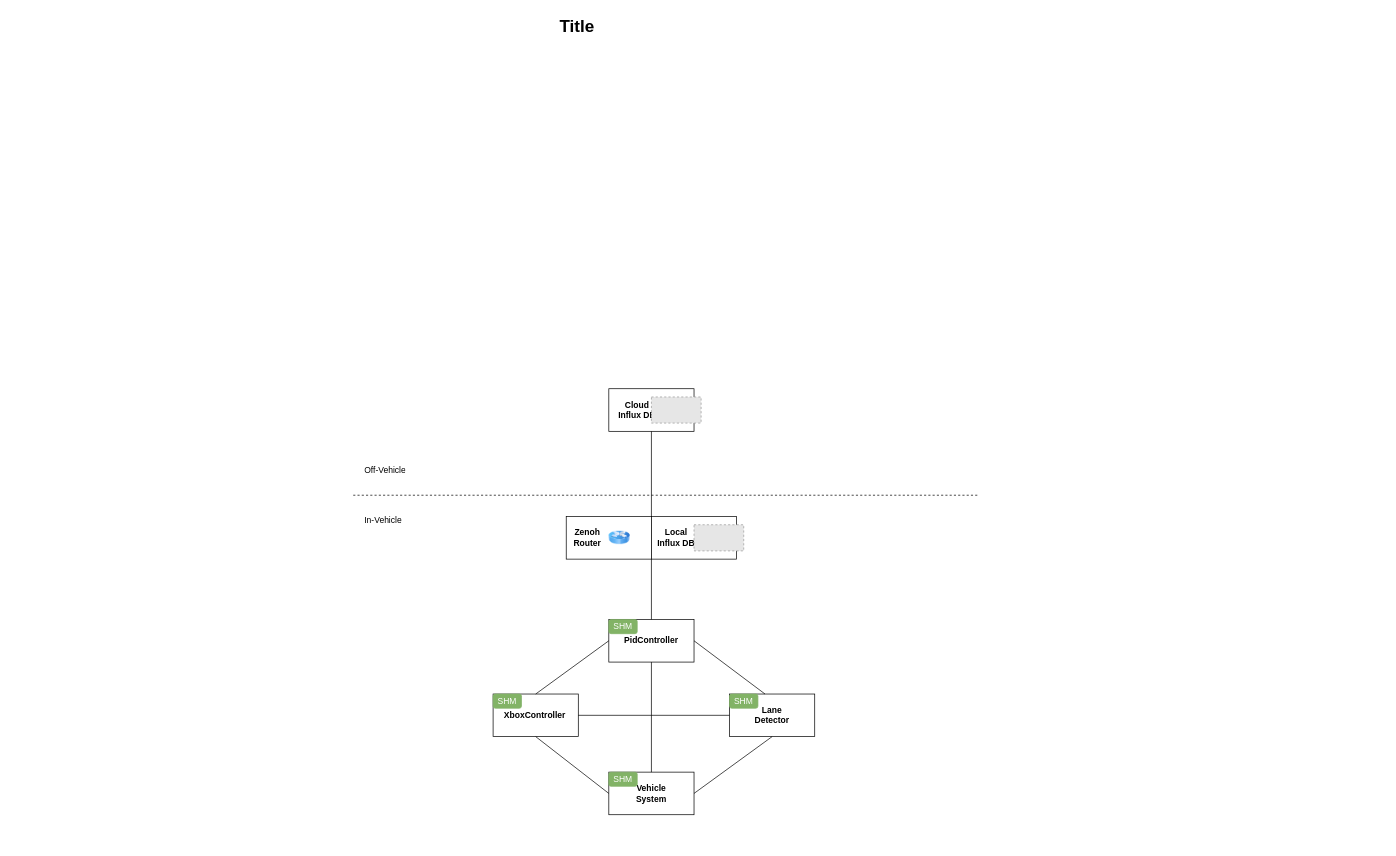
Above: docs/diagrams/Untitled Diagram.drawio in SEAME-pt/Team02-Course (draw.io), before the change. Source tidied: cells renumbered, new cells numbered last; positions are measured from the earlier drawing's top-left corner, leaving out a move shared by most shapes. Both pictures are drawn from the tidied source at 71%, with x=0, y=0 at pixel (12, 12). Pictures stored in the file or linked from it are replaced by grey dashed boxes.
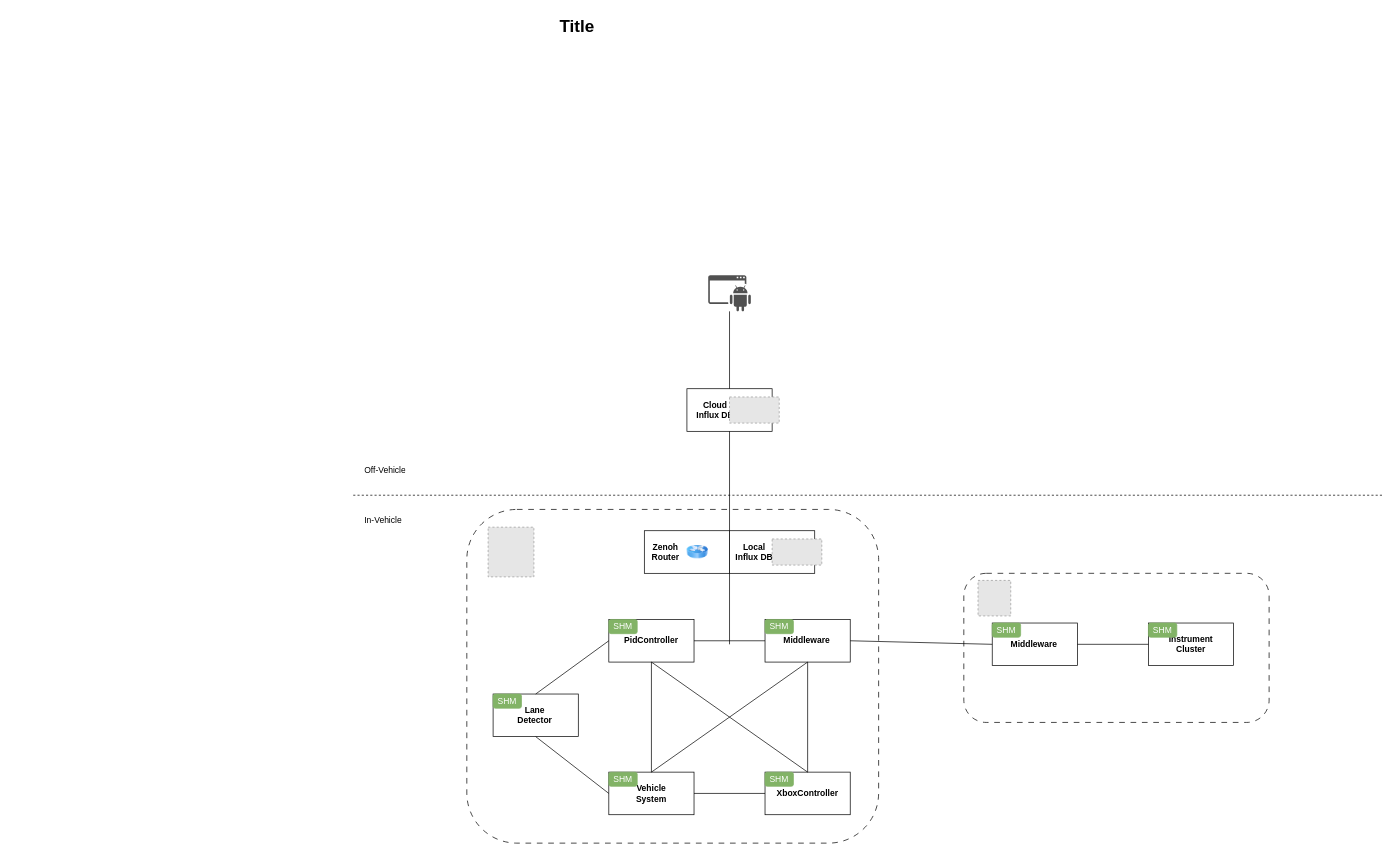
The same page after the edit.

The change refers to these unchanged cells:
```xml
<mxCell id="9" style="rounded=0;whiteSpace=wrap;html=1;" parent="8" vertex="1">
  <mxGeometry width="120" height="60" as="geometry" />
</mxCell>
<mxCell id="18" style="rounded=0;whiteSpace=wrap;html=1;" parent="17" vertex="1">
  <mxGeometry width="120" height="60" as="geometry" />
</mxCell>
<mxCell id="22" style="rounded=0;whiteSpace=wrap;html=1;" parent="21" vertex="1">
  <mxGeometry width="120" height="60" as="geometry" />
</mxCell>
<mxCell id="25" style="group;" parent="1" vertex="1">
  <mxGeometry x="677" y="960" width="120" height="60" as="geometry" />
</mxCell>
<mxCell id="26" style="rounded=0;whiteSpace=wrap;html=1;" parent="25" vertex="1">
  <mxGeometry width="120" height="60" as="geometry" />
</mxCell>
<mxCell id="30" style="rounded=0;whiteSpace=wrap;html=1;" parent="29" vertex="1">
  <mxGeometry width="120" height="60" as="geometry" />
</mxCell>
<mxCell id="34" style="rounded=0;whiteSpace=wrap;html=1;" parent="33" vertex="1">
  <mxGeometry width="120" height="60" as="geometry" />
</mxCell>
```

What changed in the source:
```diff
@@
+    <mxCell id="45" style="rounded=1;whiteSpace=wrap;html=1;fillStyle=auto;dashed=1;dashPattern=8 8;fillColor=none;" parent="1" vertex="1">
+      <mxGeometry x="640" y="700" width="580" height="470" as="geometry" />
+    </mxCell>
@@
     <mxCell id="5" style="endArrow=none;dashed=1;html=1;rounded=0;" parent="1" edge="1">
       <mxGeometry relative="1" as="geometry">
         <mxPoint x="480" y="680" as="sourcePoint" />
-        <mxPoint x="1360" y="680" as="targetPoint" />
+        <mxPoint x="1930" y="680" as="targetPoint" />
       </mxGeometry>
     </mxCell>
@@
     <mxCell id="12" style="group;" parent="1" vertex="1">
-      <mxGeometry x="780" y="710" width="240" height="60" as="geometry" />
+      <mxGeometry x="890" y="730" width="240" height="60" as="geometry" />
     </mxCell>
@@
     <mxCell id="21" style="group;" parent="1" vertex="1">
-      <mxGeometry x="840" y="530" width="120" height="60" as="geometry" />
+      <mxGeometry x="950" y="530" width="120" height="60" as="geometry" />
     </mxCell>
@@
-    <mxCell id="27" value="&lt;b&gt;XboxController&lt;/b&gt;" style="text;html=1;align=center;verticalAlign=middle;whiteSpace=wrap;rounded=0;" parent="25" vertex="1">
+    <mxCell id="27" value="&lt;b&gt;Lane Detector&lt;/b&gt;" style="text;html=1;align=center;verticalAlign=middle;whiteSpace=wrap;rounded=0;" parent="25" vertex="1">
       <mxGeometry x="29" y="15" width="60" height="30" as="geometry" />
     </mxCell>
@@
     <mxCell id="33" style="group;" parent="1" vertex="1">
-      <mxGeometry x="1010" y="960" width="120" height="60" as="geometry" />
+      <mxGeometry x="1060" y="1070" width="120" height="60" as="geometry" />
     </mxCell>
@@
-    <mxCell id="35" value="&lt;b&gt;Lane Detector&lt;/b&gt;" style="text;html=1;align=center;verticalAlign=middle;whiteSpace=wrap;rounded=0;" parent="33" vertex="1">
+    <mxCell id="35" value="&lt;b&gt;XboxController&lt;/b&gt;" style="text;html=1;align=center;verticalAlign=middle;whiteSpace=wrap;rounded=0;" parent="33" vertex="1">
       <mxGeometry x="30" y="15" width="60" height="30" as="geometry" />
     </mxCell>
@@
-    <mxCell id="38" style="endArrow=none;html=1;rounded=0;exitX=1;exitY=0.5;exitDx=0;exitDy=0;" parent="1" edge="1" source="9">
-      <mxGeometry relative="1" as="geometry">
-        <mxPoint x="1060" y="960" as="targetPoint" />
-      </mxGeometry>
-    </mxCell>
-    <mxCell id="39" style="endArrow=none;html=1;rounded=0;exitX=1;exitY=0.5;exitDx=0;exitDy=0;entryX=0.5;entryY=1;entryDx=0;entryDy=0;" parent="1" edge="1" source="30" target="34">
+    <mxCell id="39" style="endArrow=none;html=1;rounded=0;exitX=1;exitY=0.5;exitDx=0;exitDy=0;entryX=0;entryY=0.5;entryDx=0;entryDy=0;" parent="1" edge="1" source="30" target="34">
       <mxGeometry relative="1" as="geometry" />
     </mxCell>
@@
-    <mxCell id="42" style="endArrow=none;html=1;rounded=0;exitX=1;exitY=0.5;exitDx=0;exitDy=0;entryX=0;entryY=0.5;entryDx=0;entryDy=0;" parent="1" edge="1" source="26" target="34">
-      <mxGeometry relative="1" as="geometry" />
-    </mxCell>
-    <mxCell id="43" style="endArrow=none;html=1;rounded=0;entryX=0.5;entryY=0;entryDx=0;entryDy=0;" parent="1" edge="1" target="9">
+    <mxCell id="43" style="endArrow=none;html=1;rounded=0;exitX=0;exitY=1;exitDx=0;exitDy=0;" parent="1" edge="1" source="18">
       <mxGeometry relative="1" as="geometry">
-        <mxPoint x="900" y="770" as="sourcePoint" />
+        <mxPoint x="1010" y="890" as="targetPoint" />
       </mxGeometry>
     </mxCell>
@@
+    <mxCell id="46" style="group;" parent="1" vertex="1">
+      <mxGeometry x="1380" y="860" width="120" height="60" as="geometry" />
+    </mxCell>
+    <mxCell id="47" style="rounded=0;whiteSpace=wrap;html=1;" parent="46" vertex="1">
+      <mxGeometry width="120" height="60" as="geometry" />
+    </mxCell>
+    <mxCell id="48" value="&lt;b&gt;Middleware&lt;/b&gt;" style="text;html=1;align=center;verticalAlign=middle;whiteSpace=wrap;rounded=0;" parent="46" vertex="1">
+      <mxGeometry x="29" y="15" width="60" height="30" as="geometry" />
+    </mxCell>
+    <mxCell id="49" value="SHM" style="rounded=1;whiteSpace=wrap;html=1;fillColor=#82B366;strokeColor=#82B366;fontColor=#FFFFFF;" parent="46" vertex="1">
+      <mxGeometry width="40" height="20" as="geometry" />
+    </mxCell>
+    <mxCell id="50" style="group;" parent="1" vertex="1">
+      <mxGeometry x="1600" y="860" width="120" height="60" as="geometry" />
+    </mxCell>
+    <mxCell id="51" style="rounded=0;whiteSpace=wrap;html=1;" parent="50" vertex="1">
+      <mxGeometry width="120" height="60" as="geometry" />
+    </mxCell>
+    <mxCell id="52" value="&lt;b&gt;Instrument Cl&lt;/b&gt;&lt;b style=&quot;background-color: transparent; color: light-dark(rgb(0, 0, 0), rgb(255, 255, 255));&quot;&gt;uster&lt;/b&gt;" style="text;html=1;align=center;verticalAlign=middle;whiteSpace=wrap;rounded=0;" parent="50" vertex="1">
+      <mxGeometry x="30" y="15" width="60" height="30" as="geometry" />
+    </mxCell>
+    <mxCell id="53" value="SHM" style="rounded=1;whiteSpace=wrap;html=1;fillColor=#82B366;strokeColor=#82B366;fontColor=#FFFFFF;" parent="50" vertex="1">
+      <mxGeometry width="40" height="20" as="geometry" />
+    </mxCell>
+    <mxCell id="54" style="endArrow=none;html=1;rounded=0;exitX=1;exitY=0.5;exitDx=0;exitDy=0;entryX=0;entryY=0.5;entryDx=0;entryDy=0;" parent="1" edge="1" source="47" target="51">
+      <mxGeometry relative="1" as="geometry" />
+    </mxCell>
+    <mxCell id="55" style="group;" parent="1" vertex="1">
+      <mxGeometry x="1060" y="855" width="120" height="60" as="geometry" />
+    </mxCell>
+    <mxCell id="56" style="rounded=0;whiteSpace=wrap;html=1;" parent="55" vertex="1">
+      <mxGeometry width="120" height="60" as="geometry" />
+    </mxCell>
+    <mxCell id="57" value="&lt;b&gt;Middleware&lt;/b&gt;" style="text;html=1;align=center;verticalAlign=middle;whiteSpace=wrap;rounded=0;" parent="55" vertex="1">
+      <mxGeometry x="29" y="15" width="60" height="30" as="geometry" />
+    </mxCell>
+    <mxCell id="58" value="SHM" style="rounded=1;whiteSpace=wrap;html=1;fillColor=#82B366;strokeColor=#82B366;fontColor=#FFFFFF;" parent="55" vertex="1">
+      <mxGeometry width="40" height="20" as="geometry" />
+    </mxCell>
+    <mxCell id="59" style="endArrow=none;html=1;rounded=0;exitX=0.5;exitY=1;exitDx=0;exitDy=0;entryX=0.5;entryY=0;entryDx=0;entryDy=0;" parent="1" edge="1" source="56" target="34">
+      <mxGeometry relative="1" as="geometry" />
+    </mxCell>
+    <mxCell id="60" style="endArrow=none;html=1;rounded=0;exitX=1;exitY=0.5;exitDx=0;exitDy=0;entryX=0;entryY=0.5;entryDx=0;entryDy=0;" parent="1" edge="1" source="9" target="56">
+      <mxGeometry relative="1" as="geometry" />
+    </mxCell>
+    <mxCell id="61" style="endArrow=none;html=1;rounded=0;exitX=0.5;exitY=0;exitDx=0;exitDy=0;entryX=0.5;entryY=1;entryDx=0;entryDy=0;" parent="1" edge="1" source="30" target="56">
+      <mxGeometry relative="1" as="geometry" />
+    </mxCell>
+    <mxCell id="62" style="endArrow=none;html=1;rounded=0;exitX=0.5;exitY=1;exitDx=0;exitDy=0;entryX=0.5;entryY=0;entryDx=0;entryDy=0;" parent="1" edge="1" source="9" target="34">
+      <mxGeometry relative="1" as="geometry" />
+    </mxCell>
+    <mxCell id="63" style="endArrow=none;html=1;rounded=0;exitX=1;exitY=0.5;exitDx=0;exitDy=0;entryX=0;entryY=0.5;entryDx=0;entryDy=0;" parent="1" edge="1" source="56" target="47">
+      <mxGeometry relative="1" as="geometry" />
+    </mxCell>
+    <mxCell id="64" style="rounded=1;whiteSpace=wrap;html=1;fillStyle=auto;dashed=1;dashPattern=8 8;fillColor=none;" parent="1" vertex="1">
+      <mxGeometry x="1340" y="790" width="430" height="210" as="geometry" />
+    </mxCell>
+    <mxCell id="65" style="sketch=0;shadow=0;dashed=0;html=1;strokeColor=none;fillColor=#505050;labelPosition=center;verticalLabelPosition=bottom;verticalAlign=top;outlineConnect=0;align=center;shape=mxgraph.office.concepts.application_android;" parent="1" vertex="1">
+      <mxGeometry x="980" y="370" width="60" height="51" as="geometry" />
+    </mxCell>
+    <mxCell id="66" style="endArrow=none;html=1;rounded=0;entryX=0.5;entryY=0;entryDx=0;entryDy=0;" parent="1" edge="1" source="65" target="22">
+      <mxGeometry relative="1" as="geometry" />
+    </mxCell>
+    <mxCell id="67" style="fillColor=#E6E6E6;strokeColor=#999999;dashed=1;verticalLabelPosition=bottom;labelBackgroundColor=default;verticalAlign=top;" parent="1" vertex="1">
+      <mxGeometry x="670" y="725" width="64.5" height="70" as="geometry" />
+    </mxCell>
+    <mxCell id="68" style="fillColor=#E6E6E6;strokeColor=#999999;dashed=1;verticalLabelPosition=bottom;labelBackgroundColor=default;verticalAlign=top;" parent="1" vertex="1">
+      <mxGeometry x="1360" y="800" width="46.1" height="50" as="geometry" />
+    </mxCell>
```
